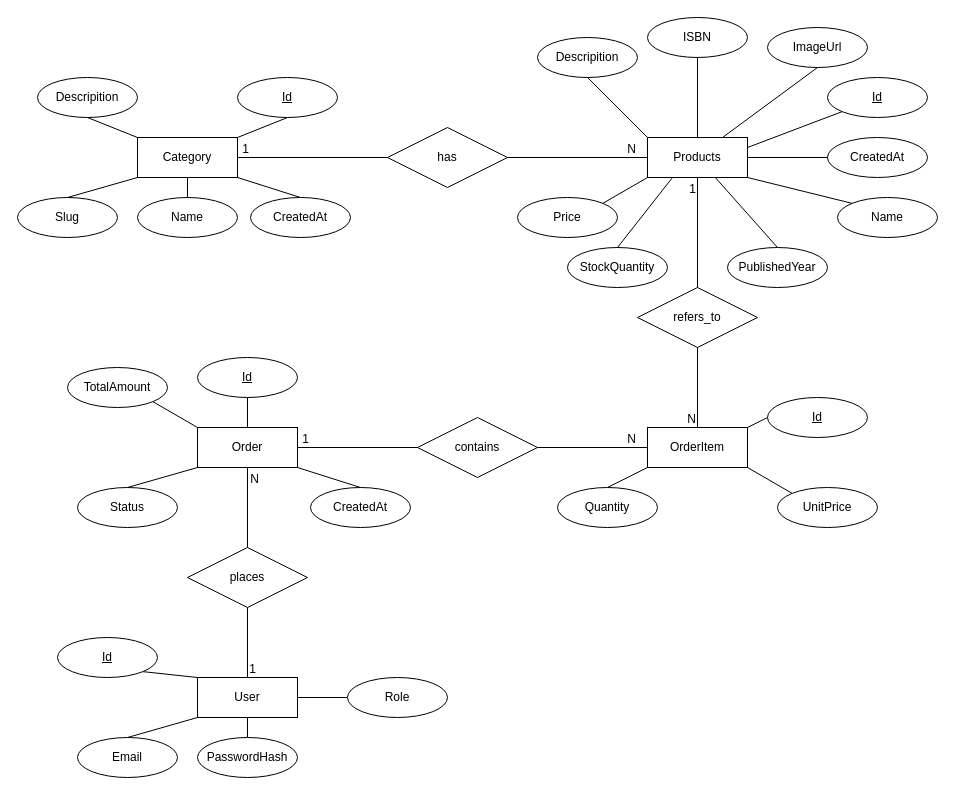
This is ArtbookStore.Web/diagram/er-diagram.drawio from SaraM47/ArtbookStore, a draw.io file, before an edit. Source tidied: cells renumbered, new cells numbered last; positions are measured from the earlier drawing's top-left corner, leaving out a move shared by most shapes. Both pictures are drawn from the tidied source at 100%, with x=0, y=0 at pixel (17, 17).
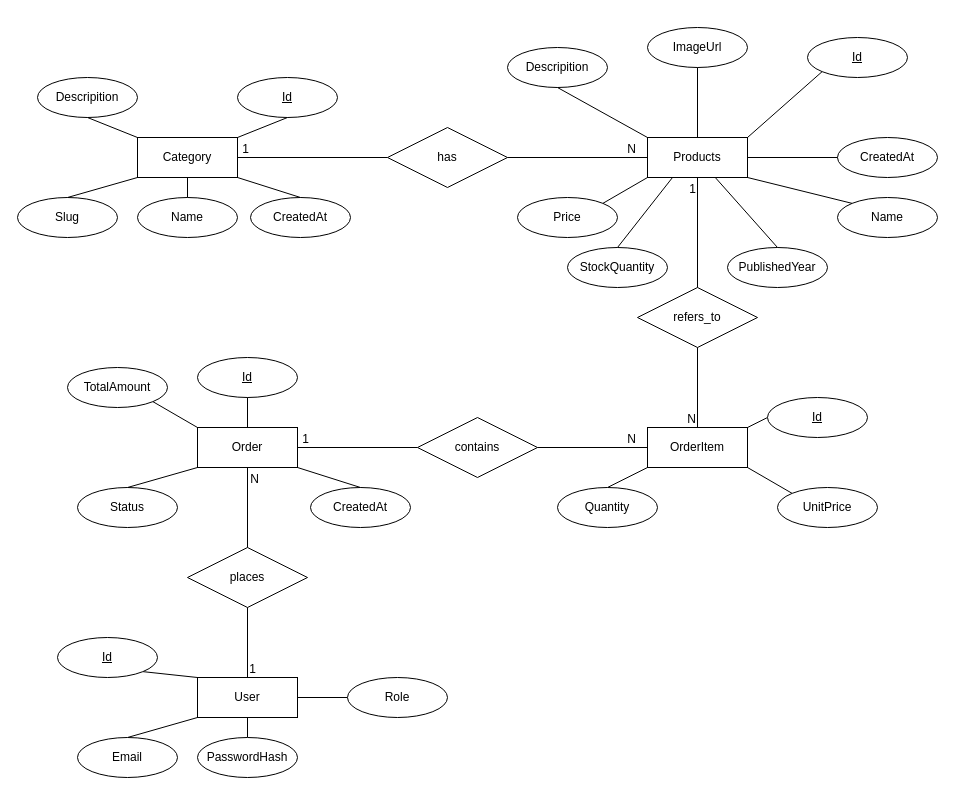
The same page after the edit.

Unchanged cells that the change refers to:
```xml
<mxCell id="13" value="Products" style="whiteSpace=wrap;html=1;align=center;" parent="1" vertex="1">
  <mxGeometry x="630" y="120" width="100" height="40" as="geometry" />
</mxCell>
```

The edit, as a diff of the source:
```diff
@@
     <mxCell id="14" value="Id" style="ellipse;whiteSpace=wrap;html=1;align=center;fontStyle=4;" parent="1" vertex="1">
-      <mxGeometry x="810" y="60" width="100" height="40" as="geometry" />
+      <mxGeometry x="790" y="20" width="100" height="40" as="geometry" />
     </mxCell>
     <mxCell id="15" value="Descripition" style="ellipse;whiteSpace=wrap;html=1;align=center;" parent="1" vertex="1">
-      <mxGeometry x="520" y="20" width="100" height="40" as="geometry" />
+      <mxGeometry x="490" y="30" width="100" height="40" as="geometry" />
     </mxCell>
@@
     <mxCell id="18" value="ImageUrl" style="ellipse;whiteSpace=wrap;html=1;align=center;" parent="1" vertex="1">
-      <mxGeometry x="750" y="10" width="100" height="40" as="geometry" />
+      <mxGeometry x="630" y="10" width="100" height="40" as="geometry" />
     </mxCell>
@@
-    <mxCell id="20" value="&lt;p&gt;ISBN&lt;/p&gt;" style="ellipse;whiteSpace=wrap;html=1;align=center;" parent="1" vertex="1">
-      <mxGeometry x="630" width="100" height="40" as="geometry" />
-    </mxCell>
@@
     <mxCell id="22" value="&lt;p&gt;CreatedAt&lt;/p&gt;" style="ellipse;whiteSpace=wrap;html=1;align=center;" parent="1" vertex="1">
-      <mxGeometry x="810" y="120" width="100" height="40" as="geometry" />
+      <mxGeometry x="820" y="120" width="100" height="40" as="geometry" />
     </mxCell>
@@
-    <mxCell id="25" style="endArrow=none;html=1;rounded=0;entryX=0;entryY=1;entryDx=0;entryDy=0;" parent="1" edge="1" target="14">
-      <mxGeometry relative="1" as="geometry">
-        <mxPoint x="730" y="130" as="sourcePoint" />
-      </mxGeometry>
+    <mxCell id="25" style="endArrow=none;html=1;rounded=0;entryX=0;entryY=1;entryDx=0;entryDy=0;exitX=1;exitY=0;exitDx=0;exitDy=0;" parent="1" edge="1" source="13" target="14">
+      <mxGeometry relative="1" as="geometry" />
     </mxCell>
@@
-    <mxCell id="27" style="endArrow=none;html=1;rounded=0;exitX=0.5;exitY=0;exitDx=0;exitDy=0;" parent="1" edge="1" source="13">
-      <mxGeometry relative="1" as="geometry">
-        <mxPoint x="680" y="40" as="targetPoint" />
-      </mxGeometry>
-    </mxCell>
@@
-    <mxCell id="29" style="endArrow=none;html=1;rounded=0;entryX=0.5;entryY=1;entryDx=0;entryDy=0;exitX=0.75;exitY=0;exitDx=0;exitDy=0;" parent="1" edge="1" source="13" target="18">
+    <mxCell id="29" style="endArrow=none;html=1;rounded=0;entryX=0.5;entryY=1;entryDx=0;entryDy=0;exitX=0.5;exitY=0;exitDx=0;exitDy=0;" parent="1" edge="1" source="13" target="18">
       <mxGeometry relative="1" as="geometry" />
     </mxCell>
```
